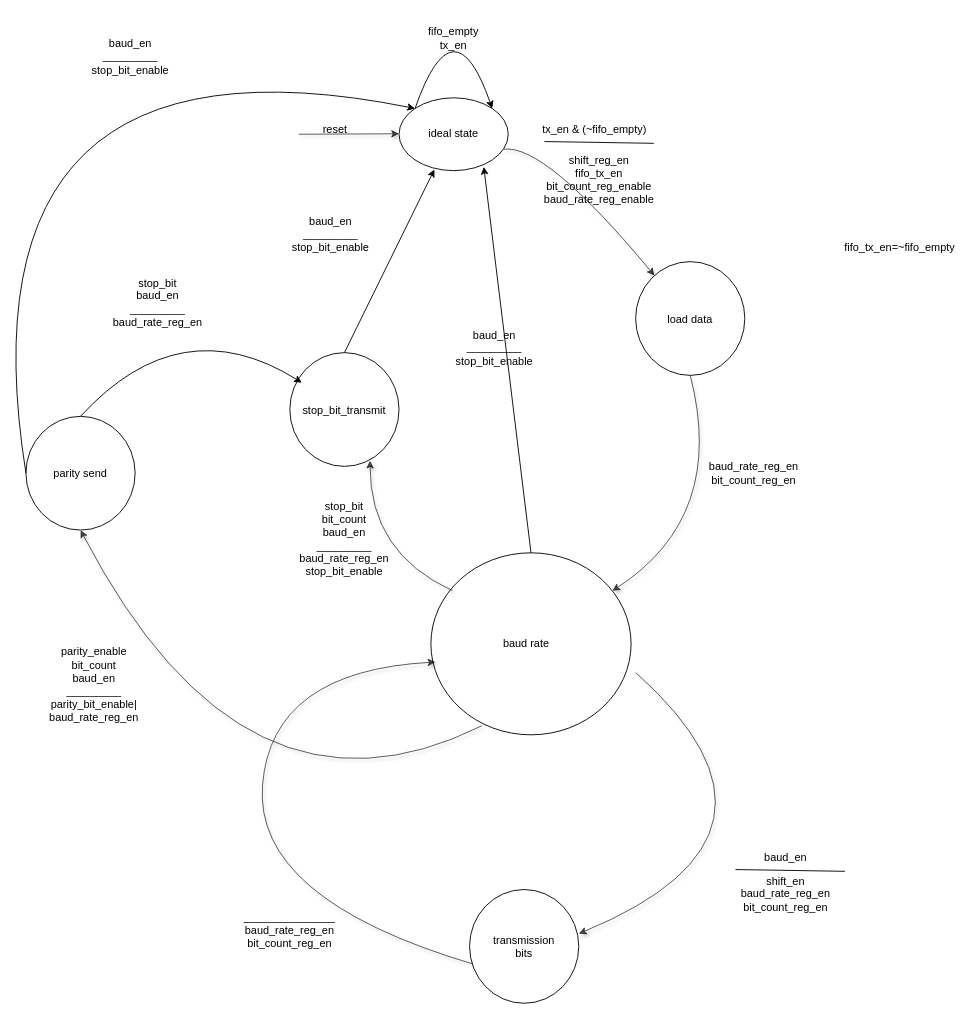
Earlier version of the draw.io diagram page "controller" (2 of 2) of uart/docs/UART_Tx.drawio (MuhammadBoota09299/Computer_Architecture_Lab). Source tidied: cells renumbered, new cells numbered last; positions are measured from the earlier drawing's top-left corner, leaving out a move shared by most shapes. Both pictures are drawn from the tidied source at 91%, with x=0, y=0 at pixel (-47, -3).
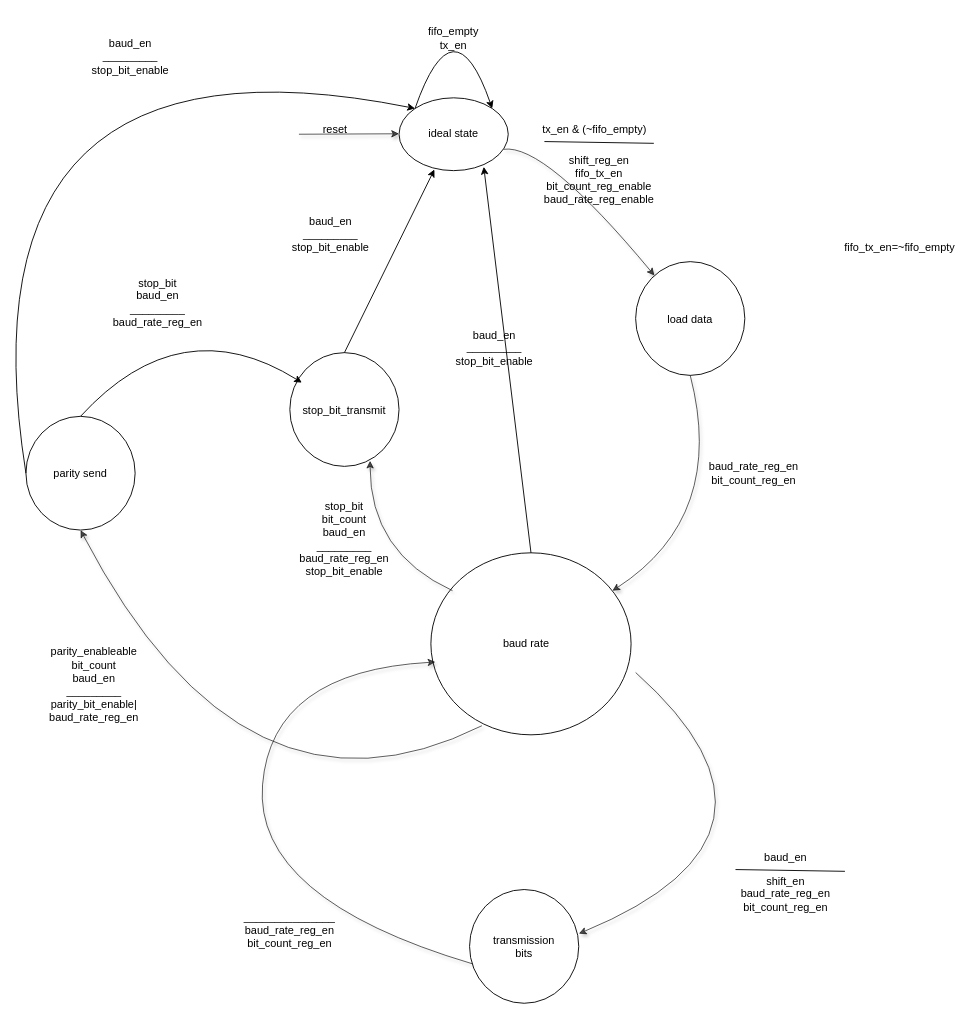
After the change.

What changed in the source:
```diff
@@
-    <mxCell id="35" value="parity_enable&lt;br&gt;bit_count&lt;br&gt;baud_en&lt;br&gt;_________&lt;div&gt;parity_bit_enable|&lt;br&gt;baud_rate_reg_en&lt;/div&gt;" style="text;html=1;align=center;verticalAlign=middle;whiteSpace=wrap;rounded=0;" parent="1" vertex="1">
+    <mxCell id="35" value="parity_enableable&lt;br&gt;bit_count&lt;br&gt;baud_en&lt;br&gt;_________&lt;div&gt;parity_bit_enable|&lt;br&gt;baud_rate_reg_en&lt;/div&gt;" style="text;html=1;align=center;verticalAlign=middle;whiteSpace=wrap;rounded=0;" parent="1" vertex="1">
       <mxGeometry x="90" y="710" width="130" height="90" as="geometry" />
     </mxCell>
```
